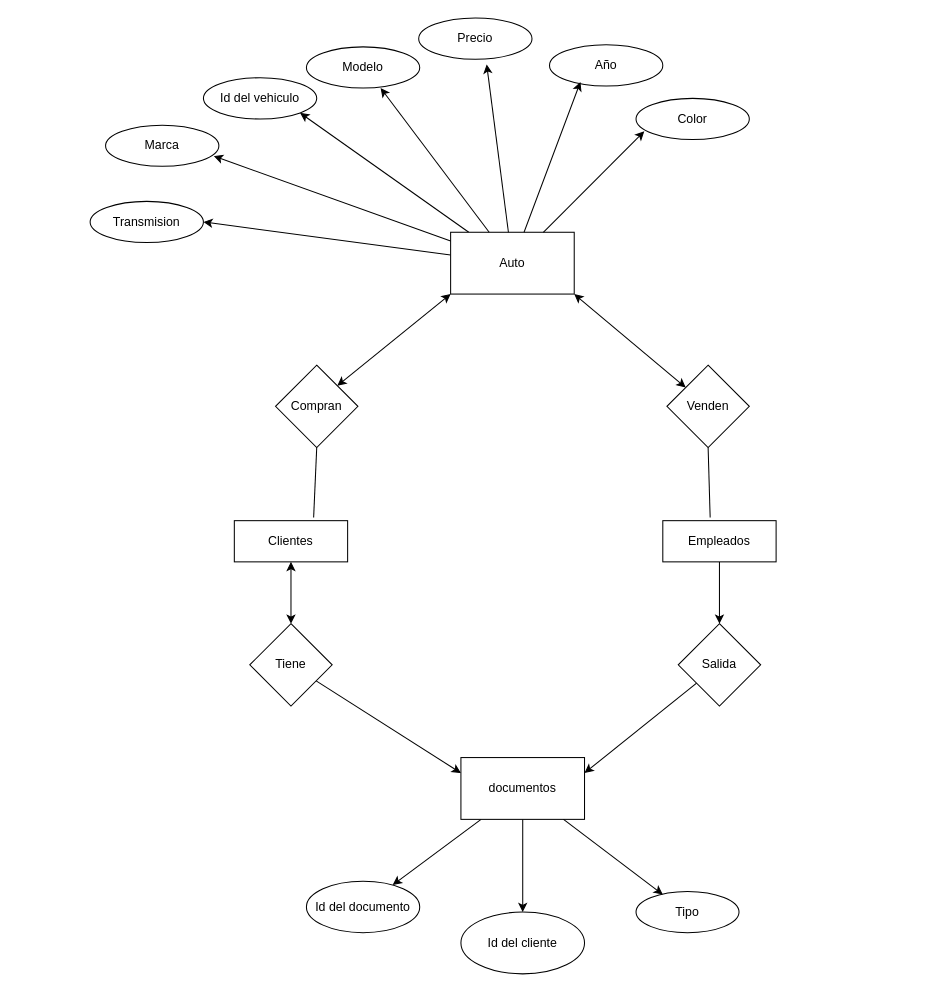
Earlier version of the draw.io diagram page "Página-1" (1 of 2) of diagrama/consencionaria.drawio (GerardoNR/fbd-gerardo-reyes). Source tidied: cells renumbered, new cells numbered last; positions are measured from the earlier drawing's top-left corner, leaving out a move shared by most shapes. Both pictures are drawn from the tidied source at 103%, with x=0, y=0 at pixel (90, 18).
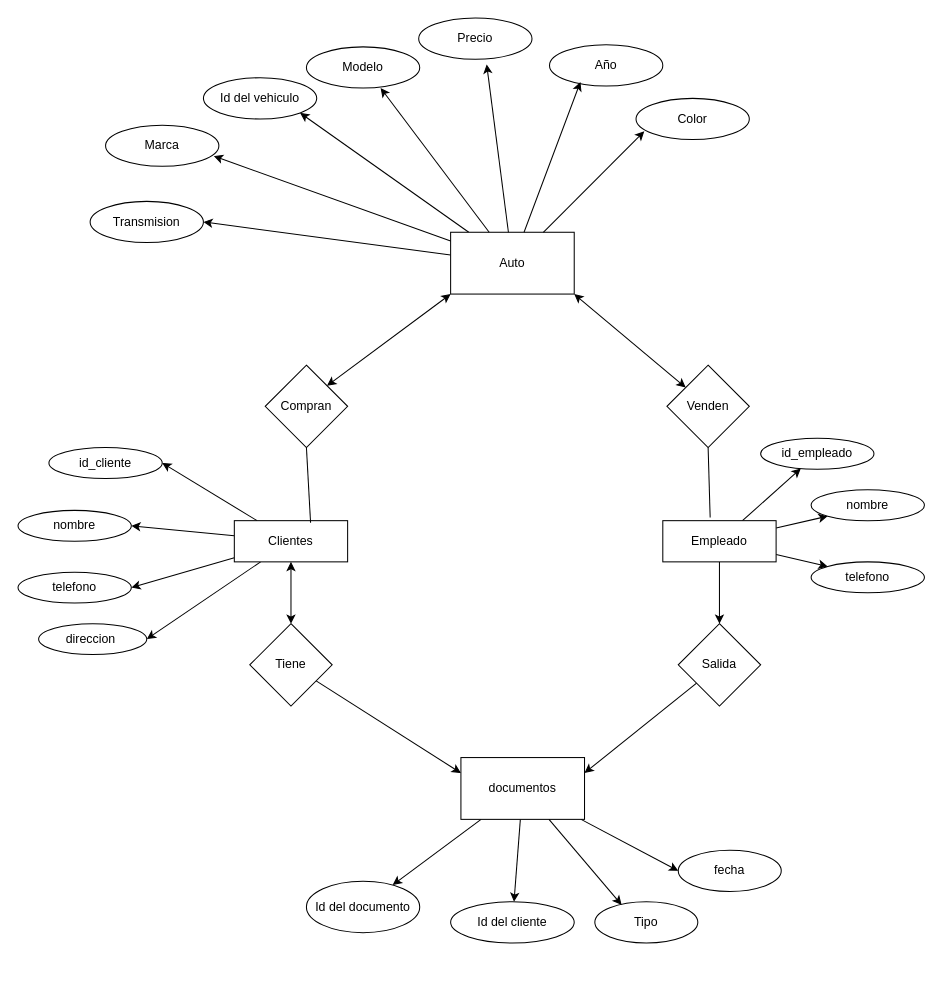
The same page after the edit.

Unchanged cells that the change refers to:
```xml
<mxCell id="21" value="Clientes" style="rounded=0;whiteSpace=wrap;html=1;" parent="1" vertex="1">
  <mxGeometry x="140" y="488" width="110" height="40" as="geometry" />
</mxCell>
<mxCell id="30" value="documentos" style="rounded=0;whiteSpace=wrap;html=1;" parent="1" vertex="1">
  <mxGeometry x="360" y="718" width="120" height="60" as="geometry" />
</mxCell>
```

The edit, as a diff of the source:
```diff
@@
     <mxCell id="11" value="Compran" style="rhombus;whiteSpace=wrap;html=1;" parent="1" vertex="1">
-      <mxGeometry x="180" y="337" width="80" height="80" as="geometry" />
+      <mxGeometry x="170" y="337" width="80" height="80" as="geometry" />
     </mxCell>
@@
+    <mxCell id="38" style="edgeStyle=none;rounded=0;jettySize=auto;html=1;entryX=1;entryY=0.5;entryDx=0;entryDy=0;" parent="1" edge="1" source="21" target="48">
+      <mxGeometry relative="1" as="geometry" />
+    </mxCell>
+    <mxCell id="39" style="edgeStyle=none;rounded=0;jettySize=auto;html=1;entryX=1;entryY=0.5;entryDx=0;entryDy=0;" parent="1" edge="1" source="21" target="47">
+      <mxGeometry relative="1" as="geometry" />
+    </mxCell>
+    <mxCell id="40" style="edgeStyle=none;rounded=0;jettySize=auto;html=1;entryX=1;entryY=0.5;entryDx=0;entryDy=0;" parent="1" edge="1" source="21" target="46">
+      <mxGeometry relative="1" as="geometry" />
+    </mxCell>
+    <mxCell id="41" style="edgeStyle=none;rounded=0;jettySize=auto;html=1;entryX=1;entryY=0.5;entryDx=0;entryDy=0;" parent="1" edge="1" source="21" target="49">
+      <mxGeometry relative="1" as="geometry" />
+    </mxCell>
@@
+    <mxCell id="42" style="edgeStyle=none;rounded=0;jettySize=auto;html=1;" parent="1" edge="1" source="23" target="51">
+      <mxGeometry relative="1" as="geometry" />
+    </mxCell>
+    <mxCell id="43" style="edgeStyle=none;rounded=0;jettySize=auto;html=1;entryX=0;entryY=1;entryDx=0;entryDy=0;" parent="1" edge="1" source="23" target="52">
+      <mxGeometry relative="1" as="geometry" />
+    </mxCell>
+    <mxCell id="44" style="edgeStyle=none;rounded=0;jettySize=auto;html=1;entryX=0;entryY=0;entryDx=0;entryDy=0;" parent="1" edge="1" source="23" target="53">
+      <mxGeometry relative="1" as="geometry" />
+    </mxCell>
-    <mxCell id="23" value="Empleados" style="rounded=0;whiteSpace=wrap;html=1;" parent="1" vertex="1">
+    <mxCell id="23" value="Empleado" style="rounded=0;whiteSpace=wrap;html=1;" parent="1" vertex="1">
       <mxGeometry x="556" y="488" width="110" height="40" as="geometry" />
     </mxCell>
@@
+    <mxCell id="45" style="edgeStyle=none;rounded=0;jettySize=auto;html=1;entryX=0;entryY=0.5;entryDx=0;entryDy=0;" parent="1" edge="1" source="30" target="50">
+      <mxGeometry relative="1" as="geometry" />
+    </mxCell>
@@
     <mxCell id="32" value="Id del cliente" style="ellipse;whiteSpace=wrap;html=1;" parent="1" vertex="1">
-      <mxGeometry x="360" y="868" width="120" height="60" as="geometry" />
+      <mxGeometry x="350" y="858" width="120" height="40" as="geometry" />
     </mxCell>
     <mxCell id="33" value="Tipo" style="ellipse;whiteSpace=wrap;html=1;" parent="1" vertex="1">
-      <mxGeometry x="530" y="848" width="100" height="40" as="geometry" />
+      <mxGeometry x="490" y="858" width="100" height="40" as="geometry" />
     </mxCell>
@@
-    <mxCell id="37" style="endArrow=none;html=1;rounded=0;entryX=0.5;entryY=1;entryDx=0;entryDy=0;exitX=0.7;exitY=-0.075;exitDx=0;exitDy=0;exitPerimeter=0;" parent="1" edge="1" source="21" target="11">
+    <mxCell id="37" style="endArrow=none;html=1;rounded=0;entryX=0.5;entryY=1;entryDx=0;entryDy=0;exitX=0.673;exitY=0.05;exitDx=0;exitDy=0;exitPerimeter=0;" parent="1" edge="1" source="21" target="11">
       <mxGeometry relative="1" as="geometry" />
     </mxCell>
+    <mxCell id="46" value="telefono" style="ellipse;whiteSpace=wrap;html=1;" parent="1" vertex="1">
+      <mxGeometry x="-70" y="538" width="110" height="30" as="geometry" />
+    </mxCell>
+    <mxCell id="47" value="nombre" style="ellipse;whiteSpace=wrap;html=1;" parent="1" vertex="1">
+      <mxGeometry x="-70" y="478" width="110" height="30" as="geometry" />
+    </mxCell>
+    <mxCell id="48" value="id_cliente" style="ellipse;whiteSpace=wrap;html=1;" parent="1" vertex="1">
+      <mxGeometry x="-40" y="417" width="110" height="30" as="geometry" />
+    </mxCell>
+    <mxCell id="49" value="direccion&amp;nbsp;" style="ellipse;whiteSpace=wrap;html=1;" parent="1" vertex="1">
+      <mxGeometry x="-50" y="588" width="105" height="30" as="geometry" />
+    </mxCell>
+    <mxCell id="50" value="fecha" style="ellipse;whiteSpace=wrap;html=1;" parent="1" vertex="1">
+      <mxGeometry x="571" y="808" width="100" height="40" as="geometry" />
+    </mxCell>
+    <mxCell id="51" value="id_empleado" style="ellipse;whiteSpace=wrap;html=1;" parent="1" vertex="1">
+      <mxGeometry x="651" y="408" width="110" height="30" as="geometry" />
+    </mxCell>
+    <mxCell id="52" value="nombre" style="ellipse;whiteSpace=wrap;html=1;" parent="1" vertex="1">
+      <mxGeometry x="700" y="458" width="110" height="30" as="geometry" />
+    </mxCell>
+    <mxCell id="53" value="telefono" style="ellipse;whiteSpace=wrap;html=1;" parent="1" vertex="1">
+      <mxGeometry x="700" y="528" width="110" height="30" as="geometry" />
+    </mxCell>
```
